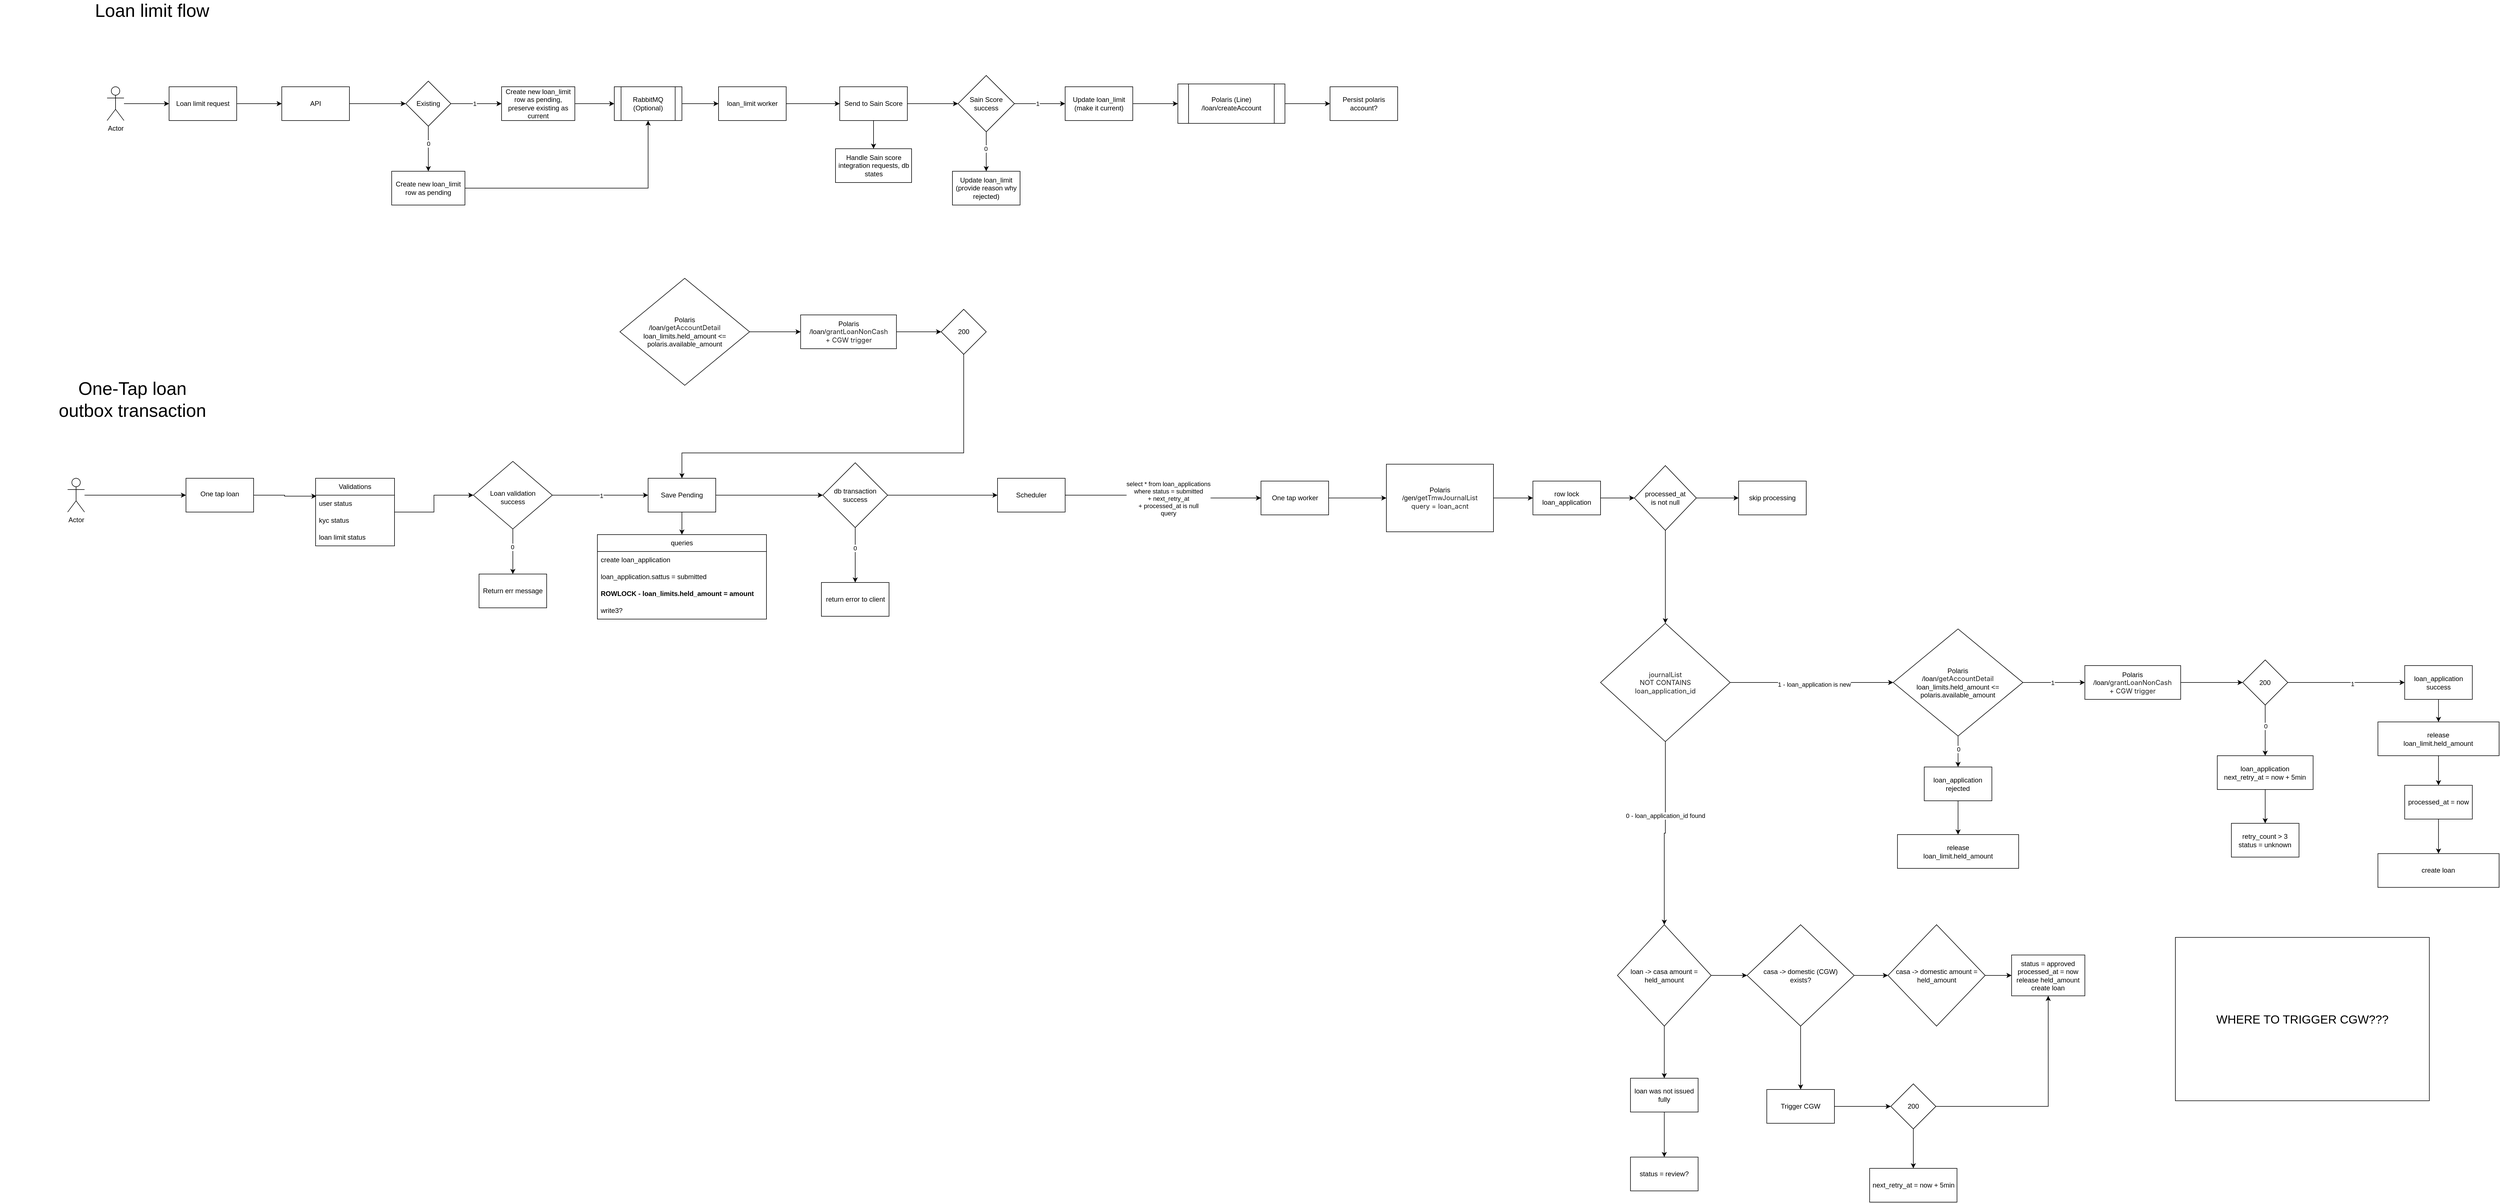
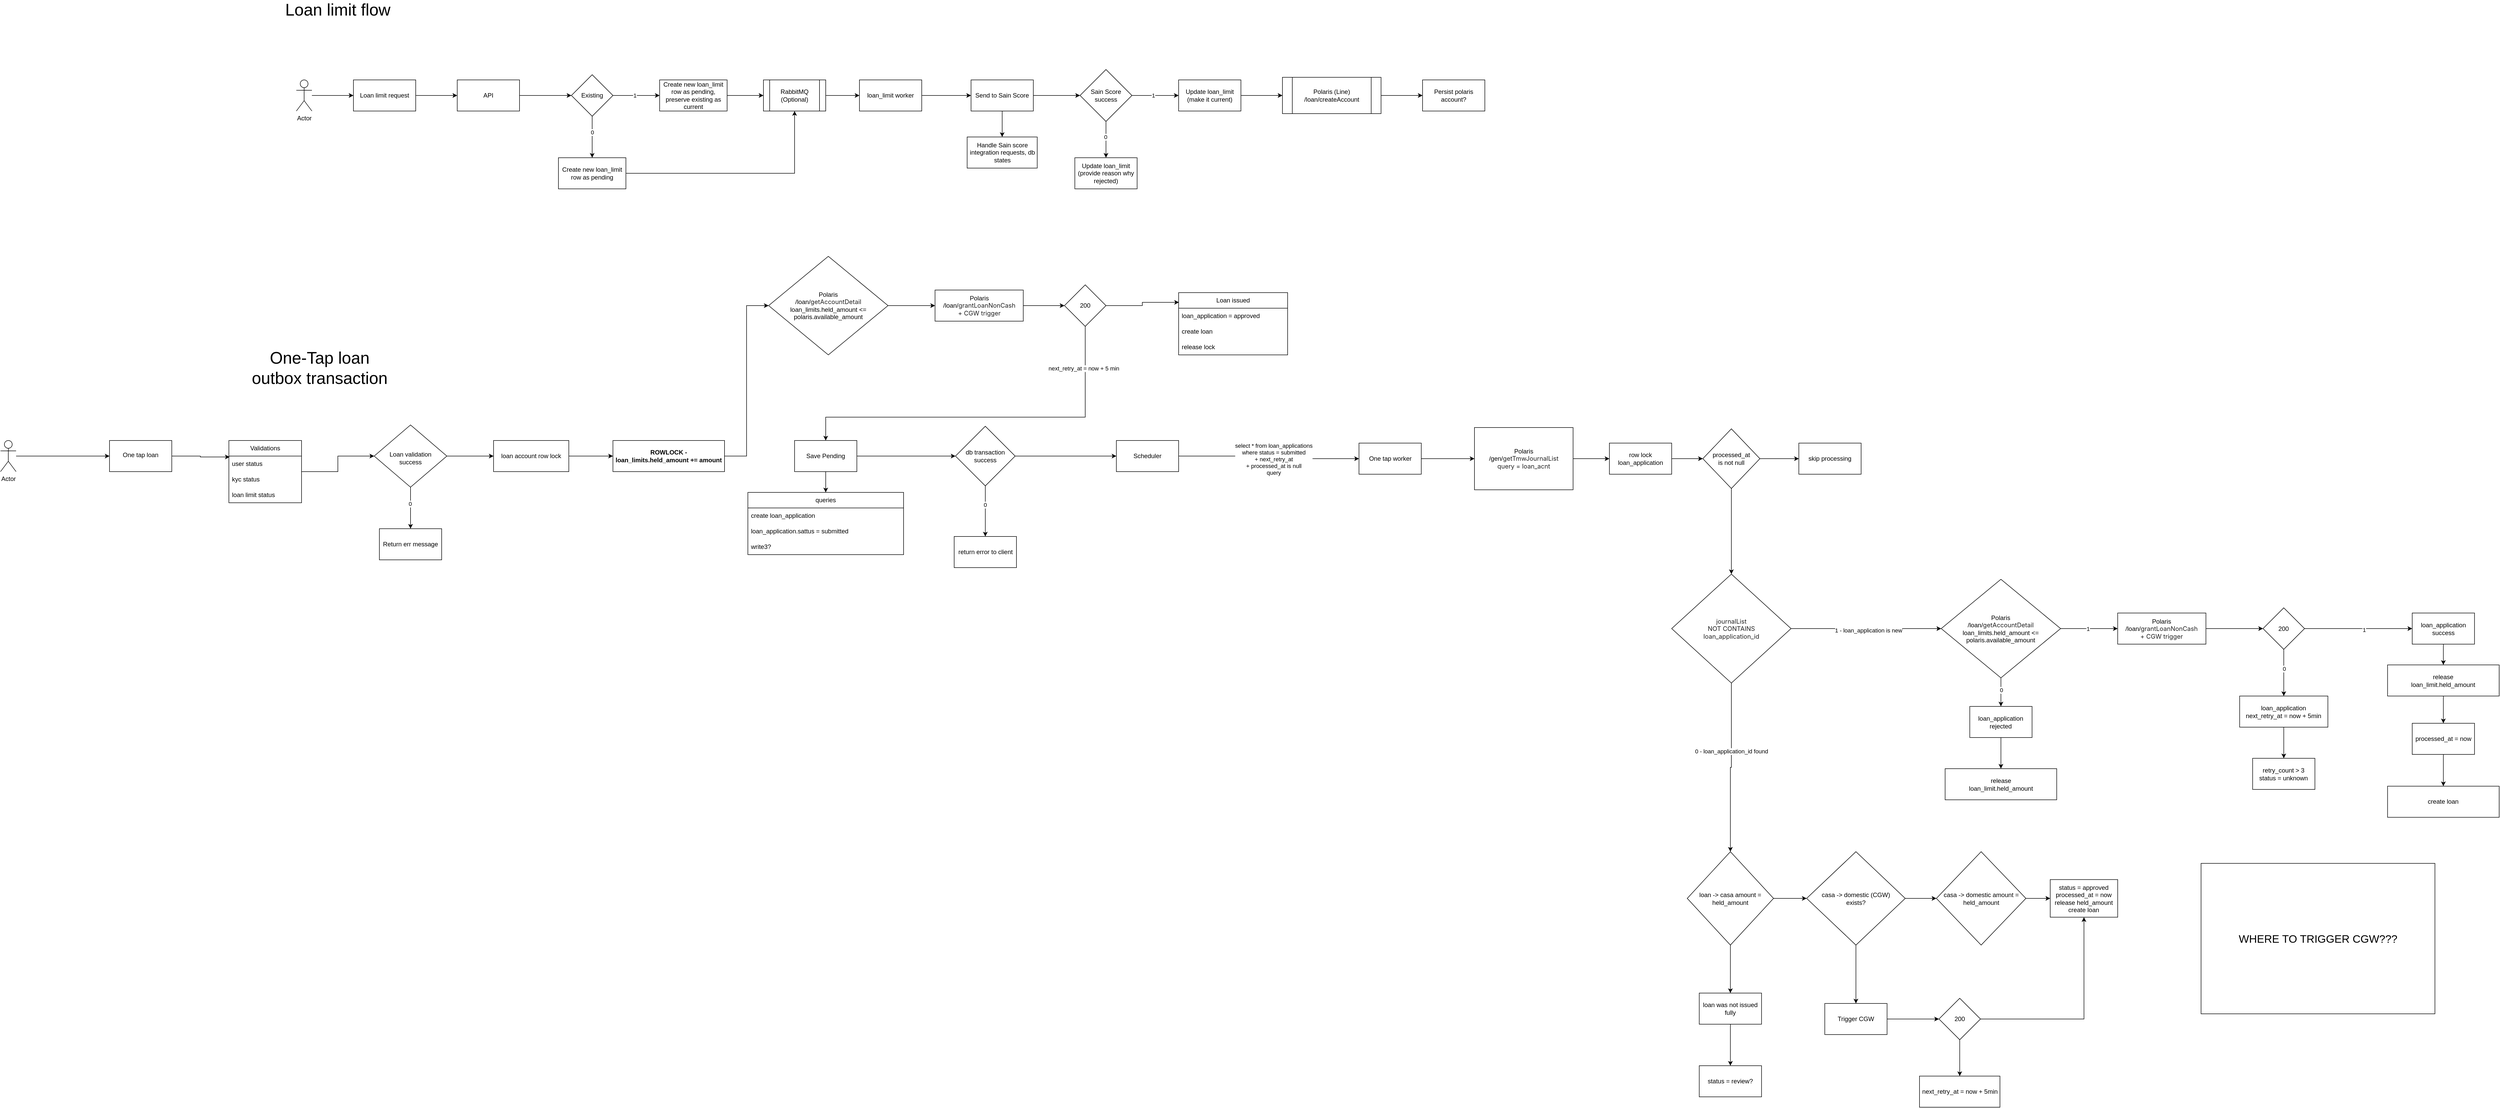
<mxfile host="app.diagrams.net">
  <diagram name="Page-1" id="VCBSuIh8bz7kurrQ0Zaz">
-     <mxGraphModel dx="2763" dy="1119" grid="1" gridSize="10" guides="1" tooltips="1" connect="1" arrows="1" fold="1" page="1" pageScale="1" pageWidth="850" pageHeight="1100" math="0" shadow="0">
+     <mxGraphModel dx="2189" dy="783" grid="1" gridSize="10" guides="1" tooltips="1" connect="1" arrows="1" fold="1" page="1" pageScale="1" pageWidth="850" pageHeight="1100" math="0" shadow="0">
      <root>
        <mxCell id="0" />
        <mxCell id="1" parent="0" />
        <mxCell id="KqixbsF9o6dLofBvsG9t-5" edge="1" parent="1" source="KqixbsF9o6dLofBvsG9t-1" style="edgeStyle=orthogonalEdgeStyle;rounded=0;orthogonalLoop=1;jettySize=auto;html=1;" target="KqixbsF9o6dLofBvsG9t-4" value="">
          <mxGeometry relative="1" as="geometry" />
        </mxCell>
        <mxCell id="KqixbsF9o6dLofBvsG9t-1" parent="1" style="rounded=0;whiteSpace=wrap;html=1;" value="Loan limit request" vertex="1">
          <mxGeometry height="60" width="120" x="150" y="210" as="geometry" />
        </mxCell>
        <mxCell id="KqixbsF9o6dLofBvsG9t-3" edge="1" parent="1" source="KqixbsF9o6dLofBvsG9t-2" style="edgeStyle=orthogonalEdgeStyle;rounded=0;orthogonalLoop=1;jettySize=auto;html=1;" target="KqixbsF9o6dLofBvsG9t-1" value="">
          <mxGeometry relative="1" as="geometry" />
        </mxCell>
        <mxCell id="KqixbsF9o6dLofBvsG9t-2" parent="1" style="shape=umlActor;verticalLabelPosition=bottom;verticalAlign=top;html=1;outlineConnect=0;" value="Actor" vertex="1">
          <mxGeometry height="60" width="30" x="40" y="210" as="geometry" />
        </mxCell>
        <mxCell id="KqixbsF9o6dLofBvsG9t-9" edge="1" parent="1" source="KqixbsF9o6dLofBvsG9t-4" style="edgeStyle=orthogonalEdgeStyle;rounded=0;orthogonalLoop=1;jettySize=auto;html=1;" target="KqixbsF9o6dLofBvsG9t-8" value="">
          <mxGeometry relative="1" as="geometry" />
        </mxCell>
        <mxCell id="KqixbsF9o6dLofBvsG9t-4" parent="1" style="rounded=0;whiteSpace=wrap;html=1;" value="API" vertex="1">
          <mxGeometry height="60" width="120" x="350" y="210" as="geometry" />
        </mxCell>
        <mxCell id="KqixbsF9o6dLofBvsG9t-11" edge="1" parent="1" source="KqixbsF9o6dLofBvsG9t-8" style="edgeStyle=orthogonalEdgeStyle;rounded=0;orthogonalLoop=1;jettySize=auto;html=1;" target="KqixbsF9o6dLofBvsG9t-10" value="">
          <mxGeometry relative="1" as="geometry" />
        </mxCell>
        <mxCell id="KqixbsF9o6dLofBvsG9t-12" connectable="0" parent="KqixbsF9o6dLofBvsG9t-11" style="edgeLabel;html=1;align=center;verticalAlign=middle;resizable=0;points=[];" value="1" vertex="1">
          <mxGeometry relative="1" x="-0.079" as="geometry">
            <mxPoint as="offset" />
          </mxGeometry>
        </mxCell>
        <mxCell id="KqixbsF9o6dLofBvsG9t-14" edge="1" parent="1" source="KqixbsF9o6dLofBvsG9t-8" style="edgeStyle=orthogonalEdgeStyle;rounded=0;orthogonalLoop=1;jettySize=auto;html=1;" target="KqixbsF9o6dLofBvsG9t-13" value="">
          <mxGeometry relative="1" as="geometry" />
        </mxCell>
        <mxCell id="KqixbsF9o6dLofBvsG9t-15" connectable="0" parent="KqixbsF9o6dLofBvsG9t-14" style="edgeLabel;html=1;align=center;verticalAlign=middle;resizable=0;points=[];" value="0" vertex="1">
          <mxGeometry relative="1" x="-0.2407" as="geometry">
            <mxPoint as="offset" />
          </mxGeometry>
        </mxCell>
        <mxCell id="KqixbsF9o6dLofBvsG9t-8" parent="1" style="rhombus;whiteSpace=wrap;html=1;rounded=0;" value="Existing" vertex="1">
          <mxGeometry height="80" width="80" x="570" y="200" as="geometry" />
        </mxCell>
        <mxCell id="KqixbsF9o6dLofBvsG9t-23" edge="1" parent="1" source="KqixbsF9o6dLofBvsG9t-10" style="edgeStyle=orthogonalEdgeStyle;rounded=0;orthogonalLoop=1;jettySize=auto;html=1;" target="KqixbsF9o6dLofBvsG9t-22" value="">
          <mxGeometry relative="1" as="geometry" />
        </mxCell>
        <mxCell id="KqixbsF9o6dLofBvsG9t-10" parent="1" style="whiteSpace=wrap;html=1;rounded=0;" value="Create new loan_limit row as pending, preserve existing as current" vertex="1">
          <mxGeometry height="60" width="130" x="740" y="210" as="geometry" />
        </mxCell>
        <mxCell id="KqixbsF9o6dLofBvsG9t-26" edge="1" parent="1" source="KqixbsF9o6dLofBvsG9t-13" style="edgeStyle=orthogonalEdgeStyle;rounded=0;orthogonalLoop=1;jettySize=auto;html=1;entryX=0.5;entryY=1;entryDx=0;entryDy=0;" target="KqixbsF9o6dLofBvsG9t-22">
          <mxGeometry relative="1" as="geometry" />
        </mxCell>
        <mxCell id="KqixbsF9o6dLofBvsG9t-13" parent="1" style="whiteSpace=wrap;html=1;rounded=0;" value="Create new loan_limit row as pending" vertex="1">
          <mxGeometry height="60" width="130" x="545" y="360" as="geometry" />
        </mxCell>
        <mxCell id="KqixbsF9o6dLofBvsG9t-25" edge="1" parent="1" source="KqixbsF9o6dLofBvsG9t-22" style="edgeStyle=orthogonalEdgeStyle;rounded=0;orthogonalLoop=1;jettySize=auto;html=1;" target="KqixbsF9o6dLofBvsG9t-24" value="">
          <mxGeometry relative="1" as="geometry" />
        </mxCell>
        <mxCell id="KqixbsF9o6dLofBvsG9t-22" parent="1" style="shape=process;whiteSpace=wrap;html=1;backgroundOutline=1;rounded=0;" value="RabbitMQ (Optional)" vertex="1">
          <mxGeometry height="60" width="120" x="940" y="210" as="geometry" />
        </mxCell>
        <mxCell id="KqixbsF9o6dLofBvsG9t-28" edge="1" parent="1" source="KqixbsF9o6dLofBvsG9t-24" style="edgeStyle=orthogonalEdgeStyle;rounded=0;orthogonalLoop=1;jettySize=auto;html=1;" target="KqixbsF9o6dLofBvsG9t-27" value="">
          <mxGeometry relative="1" as="geometry" />
        </mxCell>
        <mxCell id="KqixbsF9o6dLofBvsG9t-24" parent="1" style="whiteSpace=wrap;html=1;rounded=0;" value="loan_limit worker" vertex="1">
          <mxGeometry height="60" width="120" x="1125" y="210" as="geometry" />
        </mxCell>
        <mxCell id="KqixbsF9o6dLofBvsG9t-30" edge="1" parent="1" source="KqixbsF9o6dLofBvsG9t-27" style="edgeStyle=orthogonalEdgeStyle;rounded=0;orthogonalLoop=1;jettySize=auto;html=1;" target="KqixbsF9o6dLofBvsG9t-29" value="">
          <mxGeometry relative="1" as="geometry" />
        </mxCell>
        <mxCell id="KqixbsF9o6dLofBvsG9t-38" edge="1" parent="1" source="KqixbsF9o6dLofBvsG9t-27" style="edgeStyle=orthogonalEdgeStyle;rounded=0;orthogonalLoop=1;jettySize=auto;html=1;" target="KqixbsF9o6dLofBvsG9t-37" value="">
          <mxGeometry relative="1" as="geometry" />
        </mxCell>
        <mxCell id="KqixbsF9o6dLofBvsG9t-27" parent="1" style="whiteSpace=wrap;html=1;rounded=0;" value="Send to Sain Score" vertex="1">
          <mxGeometry height="60" width="120" x="1340" y="210" as="geometry" />
        </mxCell>
        <mxCell id="KqixbsF9o6dLofBvsG9t-32" edge="1" parent="1" source="KqixbsF9o6dLofBvsG9t-29" style="edgeStyle=orthogonalEdgeStyle;rounded=0;orthogonalLoop=1;jettySize=auto;html=1;" target="KqixbsF9o6dLofBvsG9t-31" value="">
          <mxGeometry relative="1" as="geometry" />
        </mxCell>
        <mxCell id="KqixbsF9o6dLofBvsG9t-33" connectable="0" parent="KqixbsF9o6dLofBvsG9t-32" style="edgeLabel;html=1;align=center;verticalAlign=middle;resizable=0;points=[];" value="1" vertex="1">
          <mxGeometry relative="1" x="-0.1048" as="geometry">
            <mxPoint as="offset" />
          </mxGeometry>
        </mxCell>
        <mxCell id="KqixbsF9o6dLofBvsG9t-35" edge="1" parent="1" source="KqixbsF9o6dLofBvsG9t-29" style="edgeStyle=orthogonalEdgeStyle;rounded=0;orthogonalLoop=1;jettySize=auto;html=1;" target="KqixbsF9o6dLofBvsG9t-34" value="">
          <mxGeometry relative="1" as="geometry" />
        </mxCell>
        <mxCell id="KqixbsF9o6dLofBvsG9t-36" connectable="0" parent="KqixbsF9o6dLofBvsG9t-35" style="edgeLabel;html=1;align=center;verticalAlign=middle;resizable=0;points=[];" value="0" vertex="1">
          <mxGeometry relative="1" x="-0.1429" y="-1" as="geometry">
            <mxPoint as="offset" />
          </mxGeometry>
        </mxCell>
        <mxCell id="KqixbsF9o6dLofBvsG9t-29" parent="1" style="rhombus;whiteSpace=wrap;html=1;rounded=0;" value="Sain Score success" vertex="1">
          <mxGeometry height="100" width="100" x="1550" y="190" as="geometry" />
        </mxCell>
        <mxCell id="KqixbsF9o6dLofBvsG9t-66" edge="1" parent="1" source="KqixbsF9o6dLofBvsG9t-31" style="edgeStyle=orthogonalEdgeStyle;rounded=0;orthogonalLoop=1;jettySize=auto;html=1;" target="KqixbsF9o6dLofBvsG9t-65" value="">
          <mxGeometry relative="1" as="geometry" />
        </mxCell>
        <mxCell id="KqixbsF9o6dLofBvsG9t-31" parent="1" style="whiteSpace=wrap;html=1;rounded=0;" value="Update loan_limit (make it current)" vertex="1">
          <mxGeometry height="60" width="120" x="1740" y="210" as="geometry" />
        </mxCell>
        <mxCell id="KqixbsF9o6dLofBvsG9t-34" parent="1" style="whiteSpace=wrap;html=1;rounded=0;" value="Update loan_limit&lt;br&gt;(provide reason why rejected)" vertex="1">
          <mxGeometry height="60" width="120" x="1540" y="360" as="geometry" />
        </mxCell>
        <mxCell id="KqixbsF9o6dLofBvsG9t-37" parent="1" style="whiteSpace=wrap;html=1;rounded=0;" value="Handle Sain score integration requests, db states" vertex="1">
          <mxGeometry height="60" width="135" x="1332.5" y="320" as="geometry" />
        </mxCell>
        <mxCell id="KqixbsF9o6dLofBvsG9t-40" parent="1" style="text;html=1;whiteSpace=wrap;strokeColor=none;fillColor=none;align=center;verticalAlign=middle;rounded=0;fontSize=32;" value="Loan limit flow" vertex="1">
          <mxGeometry height="30" width="260" x="-10" y="60" as="geometry" />
        </mxCell>
        <mxCell id="KqixbsF9o6dLofBvsG9t-74" edge="1" parent="1" source="KqixbsF9o6dLofBvsG9t-65" style="edgeStyle=orthogonalEdgeStyle;rounded=0;orthogonalLoop=1;jettySize=auto;html=1;" target="KqixbsF9o6dLofBvsG9t-73" value="">
          <mxGeometry relative="1" as="geometry" />
        </mxCell>
        <mxCell id="KqixbsF9o6dLofBvsG9t-65" parent="1" style="shape=process;whiteSpace=wrap;html=1;backgroundOutline=1;rounded=0;" value="Polaris (Line)&lt;br&gt;/loan/createAccount" vertex="1">
          <mxGeometry height="70" width="190" x="1940" y="205" as="geometry" />
        </mxCell>
        <mxCell id="KqixbsF9o6dLofBvsG9t-73" parent="1" style="whiteSpace=wrap;html=1;rounded=0;" value="Persist polaris account?" vertex="1">
          <mxGeometry height="60" width="120" x="2210" y="210" as="geometry" />
        </mxCell>
        <mxCell id="U8Ajh8Gpa-m2DNKNFQys-1" parent="1" style="text;html=1;whiteSpace=wrap;strokeColor=none;fillColor=none;align=center;verticalAlign=middle;rounded=0;fontSize=32;" value="One-Tap loan&lt;br&gt;outbox transaction" vertex="1">
          <mxGeometry height="30" width="470" x="-150" y="750" as="geometry" />
        </mxCell>
        <mxCell id="In8fDh9ZLN2M87an2Miy-1" edge="1" parent="1" source="In8fDh9ZLN2M87an2Miy-2" style="edgeStyle=orthogonalEdgeStyle;rounded=0;orthogonalLoop=1;jettySize=auto;html=1;" target="In8fDh9ZLN2M87an2Miy-4" value="">
          <mxGeometry relative="1" as="geometry" />
        </mxCell>
        <mxCell id="In8fDh9ZLN2M87an2Miy-2" parent="1" style="shape=umlActor;verticalLabelPosition=bottom;verticalAlign=top;html=1;outlineConnect=0;" value="Actor" vertex="1">
-           <mxGeometry height="60" width="30" x="-30" y="905" as="geometry" />
+           <mxGeometry height="60" width="30" x="-530" y="905" as="geometry" />
        </mxCell>
        <mxCell id="In8fDh9ZLN2M87an2Miy-3" edge="1" parent="1" source="In8fDh9ZLN2M87an2Miy-4" style="edgeStyle=orthogonalEdgeStyle;rounded=0;orthogonalLoop=1;jettySize=auto;html=1;entryX=0.011;entryY=0.06;entryDx=0;entryDy=0;entryPerimeter=0;" target="In8fDh9ZLN2M87an2Miy-28" value="">
          <mxGeometry relative="1" as="geometry">
-             <mxPoint x="390" y="935" as="targetPoint" />
+             <mxPoint x="-110" y="935" as="targetPoint" />
          </mxGeometry>
        </mxCell>
        <mxCell id="In8fDh9ZLN2M87an2Miy-4" parent="1" style="whiteSpace=wrap;html=1;verticalAlign=top;" value="&lt;div&gt;&lt;br&gt;&lt;/div&gt;&lt;div&gt;One tap loan&lt;/div&gt;" vertex="1">
-           <mxGeometry height="60" width="120" x="180" y="905" as="geometry" />
-         </mxCell>
-         <mxCell id="In8fDh9ZLN2M87an2Miy-5" edge="1" parent="1" source="In8fDh9ZLN2M87an2Miy-9" style="edgeStyle=orthogonalEdgeStyle;rounded=0;orthogonalLoop=1;jettySize=auto;html=1;" target="In8fDh9ZLN2M87an2Miy-12" value="">
-           <mxGeometry relative="1" as="geometry" />
-         </mxCell>
-         <mxCell id="In8fDh9ZLN2M87an2Miy-6" connectable="0" parent="In8fDh9ZLN2M87an2Miy-5" style="edgeLabel;html=1;align=center;verticalAlign=middle;resizable=0;points=[];" value="1" vertex="1">
-           <mxGeometry relative="1" x="0.0162" y="-1" as="geometry">
-             <mxPoint as="offset" />
-           </mxGeometry>
+           <mxGeometry height="60" width="120" x="-320" y="905" as="geometry" />
        </mxCell>
        <mxCell id="In8fDh9ZLN2M87an2Miy-7" edge="1" parent="1" source="In8fDh9ZLN2M87an2Miy-9" style="edgeStyle=orthogonalEdgeStyle;rounded=0;orthogonalLoop=1;jettySize=auto;html=1;" target="In8fDh9ZLN2M87an2Miy-13" value="">
          <mxGeometry relative="1" as="geometry" />
        </mxCell>
        <mxCell id="In8fDh9ZLN2M87an2Miy-8" connectable="0" parent="In8fDh9ZLN2M87an2Miy-7" style="edgeLabel;html=1;align=center;verticalAlign=middle;resizable=0;points=[];" value="0" vertex="1">
          <mxGeometry relative="1" x="-0.2091" y="-1" as="geometry">
            <mxPoint as="offset" />
          </mxGeometry>
        </mxCell>
+         <mxCell id="In8fDh9ZLN2M87an2Miy-163" edge="1" parent="1" source="In8fDh9ZLN2M87an2Miy-9" style="edgeStyle=orthogonalEdgeStyle;rounded=0;orthogonalLoop=1;jettySize=auto;html=1;entryX=0;entryY=0.5;entryDx=0;entryDy=0;" target="In8fDh9ZLN2M87an2Miy-161">
+           <mxGeometry relative="1" as="geometry" />
+         </mxCell>
        <mxCell id="In8fDh9ZLN2M87an2Miy-9" parent="1" style="rhombus;whiteSpace=wrap;html=1;verticalAlign=top;" value="&lt;br&gt;&lt;br&gt;&lt;div&gt;&lt;br&gt;&lt;/div&gt;&lt;div&gt;Loan validation&lt;br&gt;success&lt;/div&gt;" vertex="1">
-           <mxGeometry height="120" width="140" x="690" y="875" as="geometry" />
+           <mxGeometry height="120" width="140" x="190" y="875" as="geometry" />
        </mxCell>
        <mxCell id="In8fDh9ZLN2M87an2Miy-10" edge="1" parent="1" source="In8fDh9ZLN2M87an2Miy-12" style="edgeStyle=orthogonalEdgeStyle;rounded=0;orthogonalLoop=1;jettySize=auto;html=1;entryX=0.5;entryY=0;entryDx=0;entryDy=0;" target="In8fDh9ZLN2M87an2Miy-14">
          <mxGeometry relative="1" as="geometry" />
        </mxCell>
        <mxCell id="In8fDh9ZLN2M87an2Miy-54" edge="1" parent="1" source="In8fDh9ZLN2M87an2Miy-105" style="edgeStyle=orthogonalEdgeStyle;rounded=0;orthogonalLoop=1;jettySize=auto;html=1;exitX=1;exitY=0.5;exitDx=0;exitDy=0;" target="In8fDh9ZLN2M87an2Miy-53" value="">
          <mxGeometry relative="1" as="geometry">
            <mxPoint x="1830" y="940" as="sourcePoint" />
          </mxGeometry>
        </mxCell>
        <mxCell id="In8fDh9ZLN2M87an2Miy-55" connectable="0" parent="In8fDh9ZLN2M87an2Miy-54" style="edgeLabel;html=1;align=center;verticalAlign=middle;resizable=0;points=[];" value="select * from loan_applications&lt;br&gt;where status = submitted&lt;br&gt;+ next_retry_at&lt;br&gt;+ processed_at is null&lt;br&gt;query" vertex="1">
          <mxGeometry relative="1" x="0.0637" y="-1" as="geometry">
            <mxPoint as="offset" />
          </mxGeometry>
        </mxCell>
        <mxCell id="In8fDh9ZLN2M87an2Miy-99" edge="1" parent="1" source="In8fDh9ZLN2M87an2Miy-12" style="edgeStyle=orthogonalEdgeStyle;rounded=0;orthogonalLoop=1;jettySize=auto;html=1;" target="In8fDh9ZLN2M87an2Miy-98" value="">
          <mxGeometry relative="1" as="geometry" />
        </mxCell>
        <mxCell id="In8fDh9ZLN2M87an2Miy-12" parent="1" style="whiteSpace=wrap;html=1;verticalAlign=middle;" value="Save Pending" vertex="1">
          <mxGeometry height="60" width="120" x="1000" y="905" as="geometry" />
        </mxCell>
        <mxCell id="In8fDh9ZLN2M87an2Miy-13" parent="1" style="whiteSpace=wrap;html=1;verticalAlign=middle;" value="Return err message" vertex="1">
-           <mxGeometry height="60" width="120" x="700" y="1075" as="geometry" />
+           <mxGeometry height="60" width="120" x="200" y="1075" as="geometry" />
        </mxCell>
        <mxCell id="In8fDh9ZLN2M87an2Miy-14" parent="1" style="swimlane;fontStyle=0;childLayout=stackLayout;horizontal=1;startSize=30;horizontalStack=0;resizeParent=1;resizeParentMax=0;resizeLast=0;collapsible=1;marginBottom=0;whiteSpace=wrap;html=1;" value="queries" vertex="1">
-           <mxGeometry height="150" width="300" x="910" y="1005" as="geometry" />
+           <mxGeometry height="120" width="300" x="910" y="1005" as="geometry" />
        </mxCell>
        <mxCell id="In8fDh9ZLN2M87an2Miy-15" parent="In8fDh9ZLN2M87an2Miy-14" style="text;strokeColor=none;fillColor=none;align=left;verticalAlign=middle;spacingLeft=4;spacingRight=4;overflow=hidden;points=[[0,0.5],[1,0.5]];portConstraint=eastwest;rotatable=0;whiteSpace=wrap;html=1;" value="create loan_application" vertex="1">
          <mxGeometry height="30" width="300" y="30" as="geometry" />
        </mxCell>
        <mxCell id="In8fDh9ZLN2M87an2Miy-104" parent="In8fDh9ZLN2M87an2Miy-14" style="text;strokeColor=none;fillColor=none;align=left;verticalAlign=middle;spacingLeft=4;spacingRight=4;overflow=hidden;points=[[0,0.5],[1,0.5]];portConstraint=eastwest;rotatable=0;whiteSpace=wrap;html=1;" value="loan_application.sattus = submitted" vertex="1">
          <mxGeometry height="30" width="300" y="60" as="geometry" />
        </mxCell>
-         <mxCell id="In8fDh9ZLN2M87an2Miy-16" parent="In8fDh9ZLN2M87an2Miy-14" style="text;strokeColor=none;fillColor=none;align=left;verticalAlign=middle;spacingLeft=4;spacingRight=4;overflow=hidden;points=[[0,0.5],[1,0.5]];portConstraint=eastwest;rotatable=0;whiteSpace=wrap;html=1;fontStyle=1" value="ROWLOCK - loan_limits.held_amount = amount" vertex="1">
+         <mxCell id="In8fDh9ZLN2M87an2Miy-17" parent="In8fDh9ZLN2M87an2Miy-14" style="text;strokeColor=none;fillColor=none;align=left;verticalAlign=middle;spacingLeft=4;spacingRight=4;overflow=hidden;points=[[0,0.5],[1,0.5]];portConstraint=eastwest;rotatable=0;whiteSpace=wrap;html=1;" value="write3?" vertex="1">
          <mxGeometry height="30" width="300" y="90" as="geometry" />
        </mxCell>
-         <mxCell id="In8fDh9ZLN2M87an2Miy-17" parent="In8fDh9ZLN2M87an2Miy-14" style="text;strokeColor=none;fillColor=none;align=left;verticalAlign=middle;spacingLeft=4;spacingRight=4;overflow=hidden;points=[[0,0.5],[1,0.5]];portConstraint=eastwest;rotatable=0;whiteSpace=wrap;html=1;" value="write3?" vertex="1">
-           <mxGeometry height="30" width="300" y="120" as="geometry" />
-         </mxCell>
        <mxCell id="In8fDh9ZLN2M87an2Miy-32" edge="1" parent="1" source="In8fDh9ZLN2M87an2Miy-27" style="edgeStyle=orthogonalEdgeStyle;rounded=0;orthogonalLoop=1;jettySize=auto;html=1;entryX=0;entryY=0.5;entryDx=0;entryDy=0;" target="In8fDh9ZLN2M87an2Miy-9">
          <mxGeometry relative="1" as="geometry" />
        </mxCell>
        <mxCell id="In8fDh9ZLN2M87an2Miy-27" parent="1" style="swimlane;fontStyle=0;childLayout=stackLayout;horizontal=1;startSize=30;horizontalStack=0;resizeParent=1;resizeParentMax=0;resizeLast=0;collapsible=1;marginBottom=0;whiteSpace=wrap;html=1;" value="Validations" vertex="1">
-           <mxGeometry height="120" width="140" x="410" y="905" as="geometry" />
+           <mxGeometry height="120" width="140" x="-90" y="905" as="geometry" />
        </mxCell>
        <mxCell id="In8fDh9ZLN2M87an2Miy-28" parent="In8fDh9ZLN2M87an2Miy-27" style="text;strokeColor=none;fillColor=none;align=left;verticalAlign=middle;spacingLeft=4;spacingRight=4;overflow=hidden;points=[[0,0.5],[1,0.5]];portConstraint=eastwest;rotatable=0;whiteSpace=wrap;html=1;" value="user status" vertex="1">
          <mxGeometry height="30" width="140" y="30" as="geometry" />
        </mxCell>
        <mxCell id="In8fDh9ZLN2M87an2Miy-29" parent="In8fDh9ZLN2M87an2Miy-27" style="text;strokeColor=none;fillColor=none;align=left;verticalAlign=middle;spacingLeft=4;spacingRight=4;overflow=hidden;points=[[0,0.5],[1,0.5]];portConstraint=eastwest;rotatable=0;whiteSpace=wrap;html=1;" value="kyc status" vertex="1">
          <mxGeometry height="30" width="140" y="60" as="geometry" />
        </mxCell>
        <mxCell id="In8fDh9ZLN2M87an2Miy-33" parent="In8fDh9ZLN2M87an2Miy-27" style="text;strokeColor=none;fillColor=none;align=left;verticalAlign=middle;spacingLeft=4;spacingRight=4;overflow=hidden;points=[[0,0.5],[1,0.5]];portConstraint=eastwest;rotatable=0;whiteSpace=wrap;html=1;" value="loan limit status" vertex="1">
          <mxGeometry height="30" width="140" y="90" as="geometry" />
        </mxCell>
        <mxCell id="In8fDh9ZLN2M87an2Miy-116" edge="1" parent="1" source="In8fDh9ZLN2M87an2Miy-53" style="edgeStyle=orthogonalEdgeStyle;rounded=0;orthogonalLoop=1;jettySize=auto;html=1;entryX=0;entryY=0.5;entryDx=0;entryDy=0;" target="In8fDh9ZLN2M87an2Miy-68">
          <mxGeometry relative="1" as="geometry" />
        </mxCell>
        <mxCell id="In8fDh9ZLN2M87an2Miy-53" parent="1" style="whiteSpace=wrap;html=1;" value="One tap worker" vertex="1">
          <mxGeometry height="60" width="120" x="2087.5" y="910" as="geometry" />
        </mxCell>
        <mxCell id="In8fDh9ZLN2M87an2Miy-67" edge="1" parent="1" source="In8fDh9ZLN2M87an2Miy-58" style="edgeStyle=orthogonalEdgeStyle;rounded=0;orthogonalLoop=1;jettySize=auto;html=1;entryX=0;entryY=0.5;entryDx=0;entryDy=0;" target="In8fDh9ZLN2M87an2Miy-66" value="">
          <mxGeometry relative="1" as="geometry">
            <mxPoint x="3844.37" y="1267.5" as="targetPoint" />
          </mxGeometry>
        </mxCell>
        <mxCell id="In8fDh9ZLN2M87an2Miy-58" parent="1" style="whiteSpace=wrap;html=1;" value="Polaris /loan/&lt;span style=&quot;color: rgb(33, 33, 33); font-family: Inter, system-ui, -apple-system, &amp;quot;system-ui&amp;quot;, &amp;quot;Segoe UI&amp;quot;, Roboto, Oxygen, Ubuntu, Cantarell, &amp;quot;Fira Sans&amp;quot;, &amp;quot;Droid Sans&amp;quot;, Helvetica, Arial, sans-serif; text-align: left; white-space: pre-wrap; background-color: rgb(255, 255, 255);&quot;&gt;grantLoanNonCash&lt;br/&gt;+ CGW trigger&lt;/span&gt;" vertex="1">
          <mxGeometry height="60" width="170" x="3549.37" y="1237.5" as="geometry" />
        </mxCell>
        <mxCell id="In8fDh9ZLN2M87an2Miy-62" edge="1" parent="1" source="In8fDh9ZLN2M87an2Miy-59" style="edgeStyle=orthogonalEdgeStyle;rounded=0;orthogonalLoop=1;jettySize=auto;html=1;" target="In8fDh9ZLN2M87an2Miy-61" value="">
          <mxGeometry relative="1" as="geometry" />
        </mxCell>
        <mxCell id="In8fDh9ZLN2M87an2Miy-91" connectable="0" parent="In8fDh9ZLN2M87an2Miy-62" style="edgeLabel;html=1;align=center;verticalAlign=middle;resizable=0;points=[];" value="0" vertex="1">
          <mxGeometry relative="1" x="-0.1431" as="geometry">
            <mxPoint as="offset" />
          </mxGeometry>
        </mxCell>
        <mxCell id="In8fDh9ZLN2M87an2Miy-65" edge="1" parent="1" source="In8fDh9ZLN2M87an2Miy-59" style="edgeStyle=orthogonalEdgeStyle;rounded=0;orthogonalLoop=1;jettySize=auto;html=1;" target="In8fDh9ZLN2M87an2Miy-58">
          <mxGeometry relative="1" as="geometry" />
        </mxCell>
        <mxCell id="In8fDh9ZLN2M87an2Miy-90" connectable="0" parent="In8fDh9ZLN2M87an2Miy-65" style="edgeLabel;html=1;align=center;verticalAlign=middle;resizable=0;points=[];" value="1" vertex="1">
          <mxGeometry relative="1" x="-0.0451" as="geometry">
            <mxPoint as="offset" />
          </mxGeometry>
        </mxCell>
        <mxCell id="In8fDh9ZLN2M87an2Miy-59" parent="1" style="rhombus;whiteSpace=wrap;html=1;" value="Polaris&lt;br&gt;/loan/&lt;span style=&quot;color: rgb(33, 33, 33); font-family: Inter, system-ui, -apple-system, &amp;quot;system-ui&amp;quot;, &amp;quot;Segoe UI&amp;quot;, Roboto, Oxygen, Ubuntu, Cantarell, &amp;quot;Fira Sans&amp;quot;, &amp;quot;Droid Sans&amp;quot;, Helvetica, Arial, sans-serif; text-align: left; white-space: pre-wrap; background-color: rgb(255, 255, 255);&quot;&gt;getAccountDetail&lt;/span&gt;&lt;br&gt;loan_limits.held_amount &amp;lt;= polaris.available_amount" vertex="1">
          <mxGeometry height="190" width="230" x="3209.37" y="1172.5" as="geometry" />
        </mxCell>
        <mxCell id="In8fDh9ZLN2M87an2Miy-64" edge="1" parent="1" source="In8fDh9ZLN2M87an2Miy-61" style="edgeStyle=orthogonalEdgeStyle;rounded=0;orthogonalLoop=1;jettySize=auto;html=1;" target="In8fDh9ZLN2M87an2Miy-63" value="">
          <mxGeometry relative="1" as="geometry" />
        </mxCell>
        <mxCell id="In8fDh9ZLN2M87an2Miy-61" parent="1" style="whiteSpace=wrap;html=1;" value="loan_application&lt;br&gt;rejected" vertex="1">
          <mxGeometry height="60" width="120" x="3264.37" y="1417.5" as="geometry" />
        </mxCell>
        <mxCell id="In8fDh9ZLN2M87an2Miy-63" parent="1" style="whiteSpace=wrap;html=1;" value="release &lt;br&gt;loan_limit.held_amount" vertex="1">
          <mxGeometry height="60" width="215" x="3216.87" y="1537.5" as="geometry" />
        </mxCell>
        <mxCell id="In8fDh9ZLN2M87an2Miy-81" edge="1" parent="1" source="In8fDh9ZLN2M87an2Miy-66" style="edgeStyle=orthogonalEdgeStyle;rounded=0;orthogonalLoop=1;jettySize=auto;html=1;entryX=0;entryY=0.5;entryDx=0;entryDy=0;" target="In8fDh9ZLN2M87an2Miy-79">
          <mxGeometry relative="1" as="geometry" />
        </mxCell>
        <mxCell id="In8fDh9ZLN2M87an2Miy-92" connectable="0" parent="In8fDh9ZLN2M87an2Miy-81" style="edgeLabel;html=1;align=center;verticalAlign=middle;resizable=0;points=[];" value="1" vertex="1">
          <mxGeometry relative="1" x="0.1055" y="-2" as="geometry">
            <mxPoint as="offset" />
          </mxGeometry>
        </mxCell>
        <mxCell id="In8fDh9ZLN2M87an2Miy-83" edge="1" parent="1" source="In8fDh9ZLN2M87an2Miy-66" style="edgeStyle=orthogonalEdgeStyle;rounded=0;orthogonalLoop=1;jettySize=auto;html=1;" target="In8fDh9ZLN2M87an2Miy-82" value="">
          <mxGeometry relative="1" as="geometry" />
        </mxCell>
        <mxCell id="In8fDh9ZLN2M87an2Miy-93" connectable="0" parent="In8fDh9ZLN2M87an2Miy-83" style="edgeLabel;html=1;align=center;verticalAlign=middle;resizable=0;points=[];" value="0" vertex="1">
          <mxGeometry relative="1" x="-0.1623" as="geometry">
            <mxPoint as="offset" />
          </mxGeometry>
        </mxCell>
        <mxCell id="In8fDh9ZLN2M87an2Miy-66" parent="1" style="rhombus;whiteSpace=wrap;html=1;" value="200" vertex="1">
          <mxGeometry height="80" width="80" x="3829.37" y="1227.5" as="geometry" />
        </mxCell>
        <mxCell id="In8fDh9ZLN2M87an2Miy-119" edge="1" parent="1" source="In8fDh9ZLN2M87an2Miy-68" style="edgeStyle=orthogonalEdgeStyle;rounded=0;orthogonalLoop=1;jettySize=auto;html=1;" target="In8fDh9ZLN2M87an2Miy-118" value="">
          <mxGeometry relative="1" as="geometry" />
        </mxCell>
        <mxCell id="In8fDh9ZLN2M87an2Miy-68" parent="1" style="whiteSpace=wrap;html=1;" value="Polaris&lt;br&gt;/gen/&lt;span style=&quot;white-space: pre-wrap; color: rgb(33, 33, 33); font-family: Inter, system-ui, -apple-system, &amp;quot;system-ui&amp;quot;, &amp;quot;Segoe UI&amp;quot;, Roboto, Oxygen, Ubuntu, Cantarell, &amp;quot;Fira Sans&amp;quot;, &amp;quot;Droid Sans&amp;quot;, Helvetica, Arial, sans-serif; text-align: left; background-color: rgb(255, 255, 255);&quot;&gt;getTmwJournalList&lt;br&gt;query = loan_acnt&lt;/span&gt;" vertex="1">
          <mxGeometry height="120" width="190" x="2310" y="880" as="geometry" />
        </mxCell>
        <mxCell id="In8fDh9ZLN2M87an2Miy-71" edge="1" parent="1" source="In8fDh9ZLN2M87an2Miy-69" style="edgeStyle=orthogonalEdgeStyle;rounded=0;orthogonalLoop=1;jettySize=auto;html=1;entryX=0;entryY=0.5;entryDx=0;entryDy=0;" target="In8fDh9ZLN2M87an2Miy-59">
          <mxGeometry relative="1" as="geometry" />
        </mxCell>
        <mxCell id="In8fDh9ZLN2M87an2Miy-77" connectable="0" parent="In8fDh9ZLN2M87an2Miy-71" style="edgeLabel;html=1;align=center;verticalAlign=middle;resizable=0;points=[];" value="1 - loan_application is new" vertex="1">
          <mxGeometry relative="1" x="0.0312" y="-3" as="geometry">
            <mxPoint as="offset" />
          </mxGeometry>
        </mxCell>
        <mxCell id="In8fDh9ZLN2M87an2Miy-73" edge="1" parent="1" source="In8fDh9ZLN2M87an2Miy-69" style="edgeStyle=orthogonalEdgeStyle;rounded=0;orthogonalLoop=1;jettySize=auto;html=1;entryX=0.5;entryY=0;entryDx=0;entryDy=0;" target="In8fDh9ZLN2M87an2Miy-111" value="">
          <mxGeometry relative="1" as="geometry">
            <mxPoint x="2804.37" y="1467.5" as="targetPoint" />
          </mxGeometry>
        </mxCell>
        <mxCell id="In8fDh9ZLN2M87an2Miy-74" connectable="0" parent="In8fDh9ZLN2M87an2Miy-73" style="edgeLabel;html=1;align=center;verticalAlign=middle;resizable=0;points=[];" value="0 - loan_application_id found" vertex="1">
          <mxGeometry relative="1" x="-0.1975" as="geometry">
            <mxPoint as="offset" />
          </mxGeometry>
        </mxCell>
        <mxCell id="In8fDh9ZLN2M87an2Miy-69" parent="1" style="rhombus;whiteSpace=wrap;html=1;verticalAlign=middle;" value="&lt;div style=&quot;text-align: center;&quot;&gt;&lt;span style=&quot;background-color: light-dark(rgb(255, 255, 255), rgb(18, 18, 18)); color: light-dark(rgb(33, 33, 33), rgb(209, 209, 209)); font-family: Inter, system-ui, -apple-system, &amp;quot;system-ui&amp;quot;, &amp;quot;Segoe UI&amp;quot;, Roboto, Oxygen, Ubuntu, Cantarell, &amp;quot;Fira Sans&amp;quot;, &amp;quot;Droid Sans&amp;quot;, Helvetica, Arial, sans-serif; text-align: left; white-space: pre-wrap;&quot;&gt;journalList&lt;br&gt;NOT CONTAINS&lt;/span&gt;&lt;/div&gt;&lt;span style=&quot;white-space: pre-wrap; color: rgb(33, 33, 33); font-family: Inter, system-ui, -apple-system, &amp;quot;system-ui&amp;quot;, &amp;quot;Segoe UI&amp;quot;, Roboto, Oxygen, Ubuntu, Cantarell, &amp;quot;Fira Sans&amp;quot;, &amp;quot;Droid Sans&amp;quot;, Helvetica, Arial, sans-serif; text-align: left; background-color: rgb(255, 255, 255);&quot;&gt;loan_application_id&lt;/span&gt;" vertex="1">
          <mxGeometry height="210" width="230" x="2690" y="1162.5" as="geometry" />
        </mxCell>
        <mxCell id="In8fDh9ZLN2M87an2Miy-78" edge="1" parent="1" source="In8fDh9ZLN2M87an2Miy-79" style="edgeStyle=orthogonalEdgeStyle;rounded=0;orthogonalLoop=1;jettySize=auto;html=1;" target="In8fDh9ZLN2M87an2Miy-80" value="">
          <mxGeometry relative="1" as="geometry" />
        </mxCell>
        <mxCell id="In8fDh9ZLN2M87an2Miy-79" parent="1" style="whiteSpace=wrap;html=1;" value="loan_application&lt;br&gt;success" vertex="1">
          <mxGeometry height="60" width="120" x="4116.87" y="1237.5" as="geometry" />
        </mxCell>
        <mxCell id="In8fDh9ZLN2M87an2Miy-132" edge="1" parent="1" source="In8fDh9ZLN2M87an2Miy-80" style="edgeStyle=orthogonalEdgeStyle;rounded=0;orthogonalLoop=1;jettySize=auto;html=1;" target="In8fDh9ZLN2M87an2Miy-131" value="">
          <mxGeometry relative="1" as="geometry" />
        </mxCell>
        <mxCell id="In8fDh9ZLN2M87an2Miy-80" parent="1" style="whiteSpace=wrap;html=1;" value="release &lt;br&gt;loan_limit.held_amount" vertex="1">
          <mxGeometry height="60" width="215" x="4069.37" y="1337.5" as="geometry" />
        </mxCell>
        <mxCell id="In8fDh9ZLN2M87an2Miy-95" edge="1" parent="1" source="In8fDh9ZLN2M87an2Miy-82" style="edgeStyle=orthogonalEdgeStyle;rounded=0;orthogonalLoop=1;jettySize=auto;html=1;" target="In8fDh9ZLN2M87an2Miy-94" value="">
          <mxGeometry relative="1" as="geometry" />
        </mxCell>
        <mxCell id="In8fDh9ZLN2M87an2Miy-82" parent="1" style="whiteSpace=wrap;html=1;" value="loan_application&lt;br&gt;next_retry_at = now + 5min" vertex="1">
          <mxGeometry height="60" width="170" x="3784.37" y="1397.5" as="geometry" />
        </mxCell>
        <mxCell id="In8fDh9ZLN2M87an2Miy-88" parent="1" style="whiteSpace=wrap;html=1;" value="create loan" vertex="1">
          <mxGeometry height="60" width="215" x="4069.37" y="1571.25" as="geometry" />
        </mxCell>
        <mxCell id="In8fDh9ZLN2M87an2Miy-94" parent="1" style="whiteSpace=wrap;html=1;" value="retry_count &amp;gt; 3&lt;br&gt;status = unknown" vertex="1">
          <mxGeometry height="60" width="120" x="3809.37" y="1517.5" as="geometry" />
        </mxCell>
        <mxCell id="In8fDh9ZLN2M87an2Miy-101" edge="1" parent="1" source="In8fDh9ZLN2M87an2Miy-98" style="edgeStyle=orthogonalEdgeStyle;rounded=0;orthogonalLoop=1;jettySize=auto;html=1;" target="In8fDh9ZLN2M87an2Miy-100" value="">
          <mxGeometry relative="1" as="geometry" />
        </mxCell>
        <mxCell id="In8fDh9ZLN2M87an2Miy-103" connectable="0" parent="In8fDh9ZLN2M87an2Miy-101" style="edgeLabel;html=1;align=center;verticalAlign=middle;resizable=0;points=[];" value="0" vertex="1">
          <mxGeometry relative="1" x="-0.2536" y="-1" as="geometry">
            <mxPoint as="offset" />
          </mxGeometry>
        </mxCell>
        <mxCell id="In8fDh9ZLN2M87an2Miy-106" edge="1" parent="1" source="In8fDh9ZLN2M87an2Miy-98" style="edgeStyle=orthogonalEdgeStyle;rounded=0;orthogonalLoop=1;jettySize=auto;html=1;entryX=0;entryY=0.5;entryDx=0;entryDy=0;" target="In8fDh9ZLN2M87an2Miy-105">
          <mxGeometry relative="1" as="geometry" />
        </mxCell>
        <mxCell id="In8fDh9ZLN2M87an2Miy-98" parent="1" style="rhombus;whiteSpace=wrap;html=1;" value="db transaction success" vertex="1">
          <mxGeometry height="115" width="115" x="1310" y="877.5" as="geometry" />
        </mxCell>
        <mxCell id="In8fDh9ZLN2M87an2Miy-100" parent="1" style="whiteSpace=wrap;html=1;" value="return error to client" vertex="1">
          <mxGeometry height="60" width="120" x="1307.5" y="1090" as="geometry" />
        </mxCell>
        <mxCell id="In8fDh9ZLN2M87an2Miy-105" parent="1" style="rounded=0;whiteSpace=wrap;html=1;" value="Scheduler" vertex="1">
          <mxGeometry height="60" width="120" x="1620" y="905" as="geometry" />
        </mxCell>
        <mxCell id="In8fDh9ZLN2M87an2Miy-127" edge="1" parent="1" source="In8fDh9ZLN2M87an2Miy-111" style="edgeStyle=orthogonalEdgeStyle;rounded=0;orthogonalLoop=1;jettySize=auto;html=1;" target="In8fDh9ZLN2M87an2Miy-126" value="">
          <mxGeometry relative="1" as="geometry" />
        </mxCell>
        <mxCell id="In8fDh9ZLN2M87an2Miy-135" edge="1" parent="1" source="In8fDh9ZLN2M87an2Miy-111" style="edgeStyle=orthogonalEdgeStyle;rounded=0;orthogonalLoop=1;jettySize=auto;html=1;entryX=0;entryY=0.5;entryDx=0;entryDy=0;" target="In8fDh9ZLN2M87an2Miy-134">
          <mxGeometry relative="1" as="geometry" />
        </mxCell>
        <mxCell id="In8fDh9ZLN2M87an2Miy-111" parent="1" style="rhombus;whiteSpace=wrap;html=1;" value="loan -&amp;gt; casa amount = held_amount" vertex="1">
          <mxGeometry height="180" width="166.25" x="2720" y="1697.5" as="geometry" />
        </mxCell>
        <mxCell id="In8fDh9ZLN2M87an2Miy-113" parent="1" style="whiteSpace=wrap;html=1;" value="status = approved&lt;br&gt;processed_at = now&lt;br&gt;release held_amount&lt;br&gt;create loan" vertex="1">
          <mxGeometry height="72.5" width="130" x="3419.37" y="1751.25" as="geometry" />
        </mxCell>
        <mxCell id="In8fDh9ZLN2M87an2Miy-122" edge="1" parent="1" source="In8fDh9ZLN2M87an2Miy-118" style="edgeStyle=orthogonalEdgeStyle;rounded=0;orthogonalLoop=1;jettySize=auto;html=1;" target="In8fDh9ZLN2M87an2Miy-121" value="">
          <mxGeometry relative="1" as="geometry" />
        </mxCell>
        <mxCell id="In8fDh9ZLN2M87an2Miy-118" parent="1" style="whiteSpace=wrap;html=1;" value="row lock&lt;br&gt;loan_application" vertex="1">
          <mxGeometry height="60" width="120" x="2570" y="910" as="geometry" />
        </mxCell>
        <mxCell id="In8fDh9ZLN2M87an2Miy-124" edge="1" parent="1" source="In8fDh9ZLN2M87an2Miy-121" style="edgeStyle=orthogonalEdgeStyle;rounded=0;orthogonalLoop=1;jettySize=auto;html=1;" target="In8fDh9ZLN2M87an2Miy-123" value="">
          <mxGeometry relative="1" as="geometry" />
        </mxCell>
        <mxCell id="In8fDh9ZLN2M87an2Miy-125" edge="1" parent="1" source="In8fDh9ZLN2M87an2Miy-121" style="edgeStyle=orthogonalEdgeStyle;rounded=0;orthogonalLoop=1;jettySize=auto;html=1;entryX=0.5;entryY=0;entryDx=0;entryDy=0;" target="In8fDh9ZLN2M87an2Miy-69">
          <mxGeometry relative="1" as="geometry" />
        </mxCell>
        <mxCell id="In8fDh9ZLN2M87an2Miy-121" parent="1" style="rhombus;whiteSpace=wrap;html=1;" value="processed_at &lt;br&gt;is not null" vertex="1">
          <mxGeometry height="115" width="110" x="2750" y="882.5" as="geometry" />
        </mxCell>
        <mxCell id="In8fDh9ZLN2M87an2Miy-123" parent="1" style="whiteSpace=wrap;html=1;" value="skip processing" vertex="1">
          <mxGeometry height="60" width="120" x="2935" y="910" as="geometry" />
        </mxCell>
        <mxCell id="In8fDh9ZLN2M87an2Miy-129" edge="1" parent="1" source="In8fDh9ZLN2M87an2Miy-126" style="edgeStyle=orthogonalEdgeStyle;rounded=0;orthogonalLoop=1;jettySize=auto;html=1;" target="In8fDh9ZLN2M87an2Miy-128" value="">
          <mxGeometry relative="1" as="geometry" />
        </mxCell>
        <mxCell id="In8fDh9ZLN2M87an2Miy-126" parent="1" style="whiteSpace=wrap;html=1;" value="loan was not issued fully" vertex="1">
          <mxGeometry height="60" width="120" x="2743.125" y="1970" as="geometry" />
        </mxCell>
        <mxCell id="In8fDh9ZLN2M87an2Miy-128" parent="1" style="whiteSpace=wrap;html=1;" value="status = review?" vertex="1">
          <mxGeometry height="60" width="120" x="2743.125" y="2110" as="geometry" />
        </mxCell>
        <mxCell id="In8fDh9ZLN2M87an2Miy-130" parent="1" style="rounded=0;whiteSpace=wrap;html=1;fontSize=21;" value="WHERE TO TRIGGER CGW???" vertex="1">
          <mxGeometry height="290" width="450.63" x="3710" y="1720" as="geometry" />
        </mxCell>
        <mxCell id="In8fDh9ZLN2M87an2Miy-133" edge="1" parent="1" source="In8fDh9ZLN2M87an2Miy-131" style="edgeStyle=orthogonalEdgeStyle;rounded=0;orthogonalLoop=1;jettySize=auto;html=1;" target="In8fDh9ZLN2M87an2Miy-88" value="">
          <mxGeometry relative="1" as="geometry" />
        </mxCell>
        <mxCell id="In8fDh9ZLN2M87an2Miy-131" parent="1" style="whiteSpace=wrap;html=1;" value="processed_at = now" vertex="1">
          <mxGeometry height="60" width="120" x="4116.87" y="1450" as="geometry" />
        </mxCell>
        <mxCell id="In8fDh9ZLN2M87an2Miy-141" edge="1" parent="1" source="In8fDh9ZLN2M87an2Miy-134" style="edgeStyle=orthogonalEdgeStyle;rounded=0;orthogonalLoop=1;jettySize=auto;html=1;entryX=0;entryY=0.5;entryDx=0;entryDy=0;" target="In8fDh9ZLN2M87an2Miy-139">
          <mxGeometry relative="1" as="geometry" />
        </mxCell>
        <mxCell id="In8fDh9ZLN2M87an2Miy-145" edge="1" parent="1" source="In8fDh9ZLN2M87an2Miy-134" style="edgeStyle=orthogonalEdgeStyle;rounded=0;orthogonalLoop=1;jettySize=auto;html=1;" target="In8fDh9ZLN2M87an2Miy-144" value="">
          <mxGeometry relative="1" as="geometry" />
        </mxCell>
        <mxCell id="In8fDh9ZLN2M87an2Miy-134" parent="1" style="rhombus;whiteSpace=wrap;html=1;" value="casa -&amp;gt; domestic (CGW)&lt;br&gt;exists?" vertex="1">
          <mxGeometry height="180" width="190" x="2950" y="1697.5" as="geometry" />
        </mxCell>
        <mxCell id="In8fDh9ZLN2M87an2Miy-142" edge="1" parent="1" source="In8fDh9ZLN2M87an2Miy-139" style="edgeStyle=orthogonalEdgeStyle;rounded=0;orthogonalLoop=1;jettySize=auto;html=1;entryX=0;entryY=0.5;entryDx=0;entryDy=0;" target="In8fDh9ZLN2M87an2Miy-113">
          <mxGeometry relative="1" as="geometry" />
        </mxCell>
        <mxCell id="In8fDh9ZLN2M87an2Miy-139" parent="1" style="rhombus;whiteSpace=wrap;html=1;" value="casa -&amp;gt; domestic amount = held_amount" vertex="1">
          <mxGeometry height="180" width="172.5" x="3200" y="1697.5" as="geometry" />
        </mxCell>
        <mxCell id="In8fDh9ZLN2M87an2Miy-147" edge="1" parent="1" source="In8fDh9ZLN2M87an2Miy-144" style="edgeStyle=orthogonalEdgeStyle;rounded=0;orthogonalLoop=1;jettySize=auto;html=1;" target="In8fDh9ZLN2M87an2Miy-146" value="">
          <mxGeometry relative="1" as="geometry" />
        </mxCell>
        <mxCell id="In8fDh9ZLN2M87an2Miy-144" parent="1" style="whiteSpace=wrap;html=1;" value="Trigger CGW" vertex="1">
          <mxGeometry height="60" width="120" x="2985" y="1990" as="geometry" />
        </mxCell>
        <mxCell id="In8fDh9ZLN2M87an2Miy-148" edge="1" parent="1" source="In8fDh9ZLN2M87an2Miy-146" style="edgeStyle=orthogonalEdgeStyle;rounded=0;orthogonalLoop=1;jettySize=auto;html=1;entryX=0.5;entryY=1;entryDx=0;entryDy=0;" target="In8fDh9ZLN2M87an2Miy-113">
          <mxGeometry relative="1" as="geometry" />
        </mxCell>
        <mxCell id="In8fDh9ZLN2M87an2Miy-150" edge="1" parent="1" source="In8fDh9ZLN2M87an2Miy-146" style="edgeStyle=orthogonalEdgeStyle;rounded=0;orthogonalLoop=1;jettySize=auto;html=1;" target="In8fDh9ZLN2M87an2Miy-149" value="">
          <mxGeometry relative="1" as="geometry" />
        </mxCell>
        <mxCell id="In8fDh9ZLN2M87an2Miy-146" parent="1" style="rhombus;whiteSpace=wrap;html=1;" value="200" vertex="1">
          <mxGeometry height="80" width="80" x="3205" y="1980" as="geometry" />
        </mxCell>
        <mxCell id="In8fDh9ZLN2M87an2Miy-149" parent="1" style="whiteSpace=wrap;html=1;" value="next_retry_at = now + 5min" vertex="1">
          <mxGeometry height="60" width="155" x="3167.5" y="2130" as="geometry" />
        </mxCell>
        <mxCell id="In8fDh9ZLN2M87an2Miy-154" edge="1" parent="1" source="In8fDh9ZLN2M87an2Miy-152" style="edgeStyle=orthogonalEdgeStyle;rounded=0;orthogonalLoop=1;jettySize=auto;html=1;entryX=0;entryY=0.5;entryDx=0;entryDy=0;" target="In8fDh9ZLN2M87an2Miy-153">
          <mxGeometry relative="1" as="geometry" />
        </mxCell>
        <mxCell id="In8fDh9ZLN2M87an2Miy-152" parent="1" style="rhombus;whiteSpace=wrap;html=1;" value="Polaris&lt;br&gt;/loan/&lt;span style=&quot;color: rgb(33, 33, 33); font-family: Inter, system-ui, -apple-system, &amp;quot;system-ui&amp;quot;, &amp;quot;Segoe UI&amp;quot;, Roboto, Oxygen, Ubuntu, Cantarell, &amp;quot;Fira Sans&amp;quot;, &amp;quot;Droid Sans&amp;quot;, Helvetica, Arial, sans-serif; text-align: left; white-space: pre-wrap; background-color: rgb(255, 255, 255);&quot;&gt;getAccountDetail&lt;/span&gt;&lt;br&gt;loan_limits.held_amount &amp;lt;= polaris.available_amount" vertex="1">
          <mxGeometry height="190" width="230" x="950" y="550" as="geometry" />
        </mxCell>
        <mxCell id="In8fDh9ZLN2M87an2Miy-158" edge="1" parent="1" source="In8fDh9ZLN2M87an2Miy-153" style="edgeStyle=orthogonalEdgeStyle;rounded=0;orthogonalLoop=1;jettySize=auto;html=1;entryX=0;entryY=0.5;entryDx=0;entryDy=0;" target="In8fDh9ZLN2M87an2Miy-157">
          <mxGeometry relative="1" as="geometry" />
        </mxCell>
        <mxCell id="In8fDh9ZLN2M87an2Miy-153" parent="1" style="whiteSpace=wrap;html=1;" value="Polaris /loan/&lt;span style=&quot;color: rgb(33, 33, 33); font-family: Inter, system-ui, -apple-system, &amp;quot;system-ui&amp;quot;, &amp;quot;Segoe UI&amp;quot;, Roboto, Oxygen, Ubuntu, Cantarell, &amp;quot;Fira Sans&amp;quot;, &amp;quot;Droid Sans&amp;quot;, Helvetica, Arial, sans-serif; text-align: left; white-space: pre-wrap; background-color: rgb(255, 255, 255);&quot;&gt;grantLoanNonCash&lt;br/&gt;+ CGW trigger&lt;/span&gt;" vertex="1">
          <mxGeometry height="60" width="170" x="1270.63" y="615" as="geometry" />
        </mxCell>
        <mxCell id="In8fDh9ZLN2M87an2Miy-160" edge="1" parent="1" source="In8fDh9ZLN2M87an2Miy-157" style="edgeStyle=orthogonalEdgeStyle;rounded=0;orthogonalLoop=1;jettySize=auto;html=1;entryX=0.5;entryY=0;entryDx=0;entryDy=0;" target="In8fDh9ZLN2M87an2Miy-12">
          <mxGeometry relative="1" as="geometry">
            <Array as="points">
              <mxPoint x="1560" y="860" />
              <mxPoint x="1060" y="860" />
            </Array>
          </mxGeometry>
        </mxCell>
+         <mxCell id="In8fDh9ZLN2M87an2Miy-171" connectable="0" parent="In8fDh9ZLN2M87an2Miy-160" style="edgeLabel;html=1;align=center;verticalAlign=middle;resizable=0;points=[];" value="next_retry_at = now + 5 min" vertex="1">
+           <mxGeometry relative="1" x="-0.7745" y="-3" as="geometry">
+             <mxPoint as="offset" />
+           </mxGeometry>
+         </mxCell>
        <mxCell id="In8fDh9ZLN2M87an2Miy-157" parent="1" style="rhombus;whiteSpace=wrap;html=1;" value="200" vertex="1">
          <mxGeometry height="80" width="80" x="1520" y="605" as="geometry" />
+         </mxCell>
+         <mxCell id="In8fDh9ZLN2M87an2Miy-164" edge="1" parent="1" source="In8fDh9ZLN2M87an2Miy-161" style="edgeStyle=orthogonalEdgeStyle;rounded=0;orthogonalLoop=1;jettySize=auto;html=1;" target="In8fDh9ZLN2M87an2Miy-162" value="">
+           <mxGeometry relative="1" as="geometry" />
+         </mxCell>
+         <mxCell id="In8fDh9ZLN2M87an2Miy-161" parent="1" style="rounded=0;whiteSpace=wrap;html=1;" value="loan account row lock" vertex="1">
+           <mxGeometry height="60" width="145" x="420" y="905" as="geometry" />
+         </mxCell>
+         <mxCell id="In8fDh9ZLN2M87an2Miy-165" edge="1" parent="1" source="In8fDh9ZLN2M87an2Miy-162" style="edgeStyle=orthogonalEdgeStyle;rounded=0;orthogonalLoop=1;jettySize=auto;html=1;entryX=0;entryY=0.5;entryDx=0;entryDy=0;" target="In8fDh9ZLN2M87an2Miy-152">
+           <mxGeometry relative="1" as="geometry" />
+         </mxCell>
+         <mxCell id="In8fDh9ZLN2M87an2Miy-162" parent="1" style="rounded=0;whiteSpace=wrap;html=1;" value="&lt;span style=&quot;font-weight: 700; text-align: left;&quot;&gt;ROWLOCK - loan_limits.held_amount += amount&lt;/span&gt;" vertex="1">
+           <mxGeometry height="60" width="215" x="650" y="905" as="geometry" />
+         </mxCell>
+         <mxCell id="In8fDh9ZLN2M87an2Miy-166" parent="1" style="swimlane;fontStyle=0;childLayout=stackLayout;horizontal=1;startSize=30;horizontalStack=0;resizeParent=1;resizeParentMax=0;resizeLast=0;collapsible=1;marginBottom=0;whiteSpace=wrap;html=1;" value="Loan issued" vertex="1">
+           <mxGeometry height="120" width="210" x="1740" y="620" as="geometry" />
+         </mxCell>
+         <mxCell id="In8fDh9ZLN2M87an2Miy-167" parent="In8fDh9ZLN2M87an2Miy-166" style="text;strokeColor=none;fillColor=none;align=left;verticalAlign=middle;spacingLeft=4;spacingRight=4;overflow=hidden;points=[[0,0.5],[1,0.5]];portConstraint=eastwest;rotatable=0;whiteSpace=wrap;html=1;" value="loan_application = approved" vertex="1">
+           <mxGeometry height="30" width="210" y="30" as="geometry" />
+         </mxCell>
+         <mxCell id="In8fDh9ZLN2M87an2Miy-168" parent="In8fDh9ZLN2M87an2Miy-166" style="text;strokeColor=none;fillColor=none;align=left;verticalAlign=middle;spacingLeft=4;spacingRight=4;overflow=hidden;points=[[0,0.5],[1,0.5]];portConstraint=eastwest;rotatable=0;whiteSpace=wrap;html=1;" value="create loan" vertex="1">
+           <mxGeometry height="30" width="210" y="60" as="geometry" />
+         </mxCell>
+         <mxCell id="In8fDh9ZLN2M87an2Miy-169" parent="In8fDh9ZLN2M87an2Miy-166" style="text;strokeColor=none;fillColor=none;align=left;verticalAlign=middle;spacingLeft=4;spacingRight=4;overflow=hidden;points=[[0,0.5],[1,0.5]];portConstraint=eastwest;rotatable=0;whiteSpace=wrap;html=1;" value="release lock" vertex="1">
+           <mxGeometry height="30" width="210" y="90" as="geometry" />
+         </mxCell>
+         <mxCell id="In8fDh9ZLN2M87an2Miy-170" edge="1" parent="1" source="In8fDh9ZLN2M87an2Miy-157" style="edgeStyle=orthogonalEdgeStyle;rounded=0;orthogonalLoop=1;jettySize=auto;html=1;entryX=0.003;entryY=0.156;entryDx=0;entryDy=0;entryPerimeter=0;" target="In8fDh9ZLN2M87an2Miy-166">
+           <mxGeometry relative="1" as="geometry" />
        </mxCell>
      </root>
    </mxGraphModel>
  </diagram>
</mxfile>
